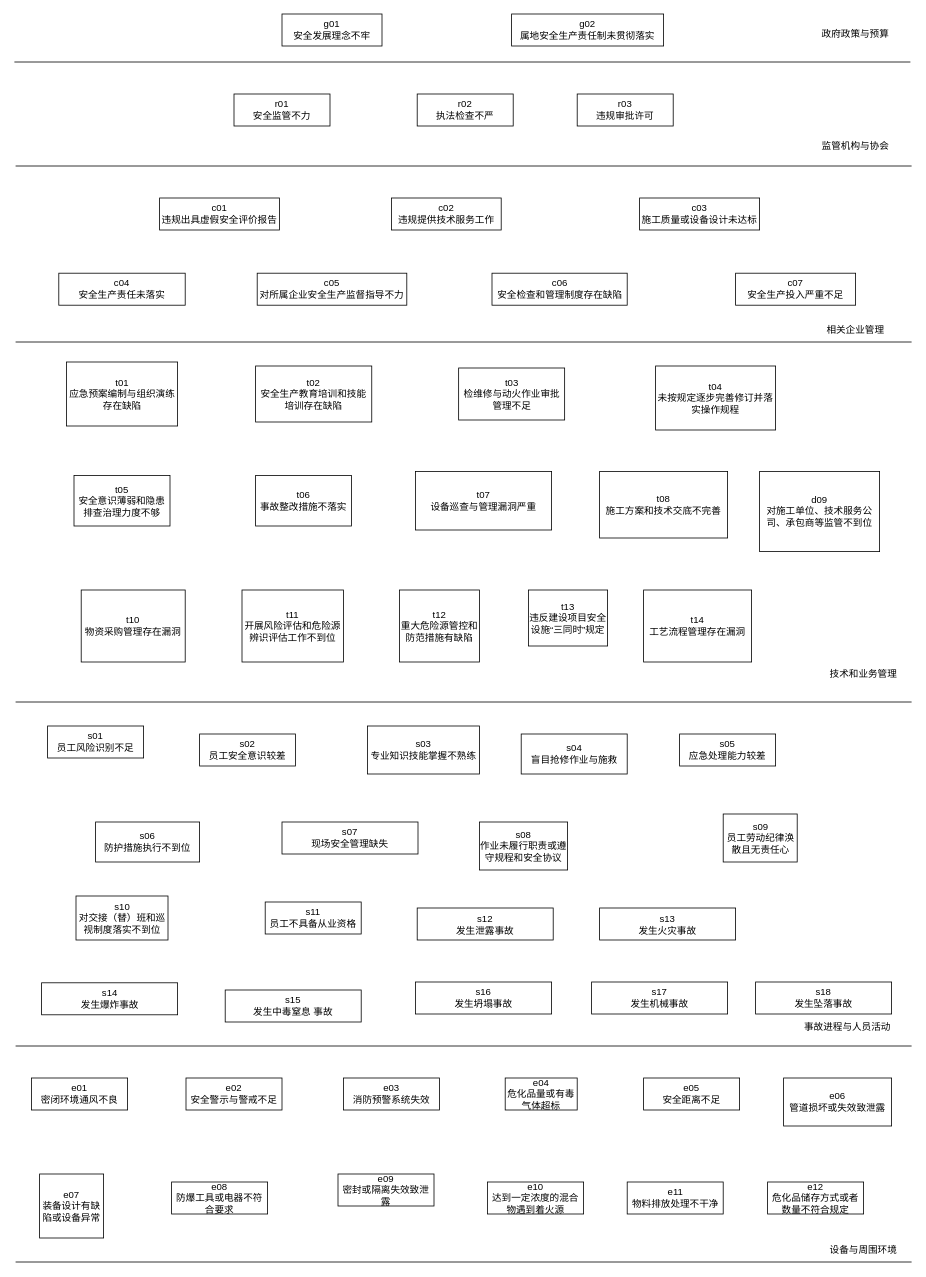
Above: 未命名绘图.drawio in fangjiarong/docs (draw.io), before the change. Source tidied: cells renumbered, new cells numbered last; positions are measured from the earlier drawing's top-left corner, leaving out a move shared by most shapes. Both pictures are drawn from the tidied source at 80%, with x=0, y=0 at pixel (14, 14).
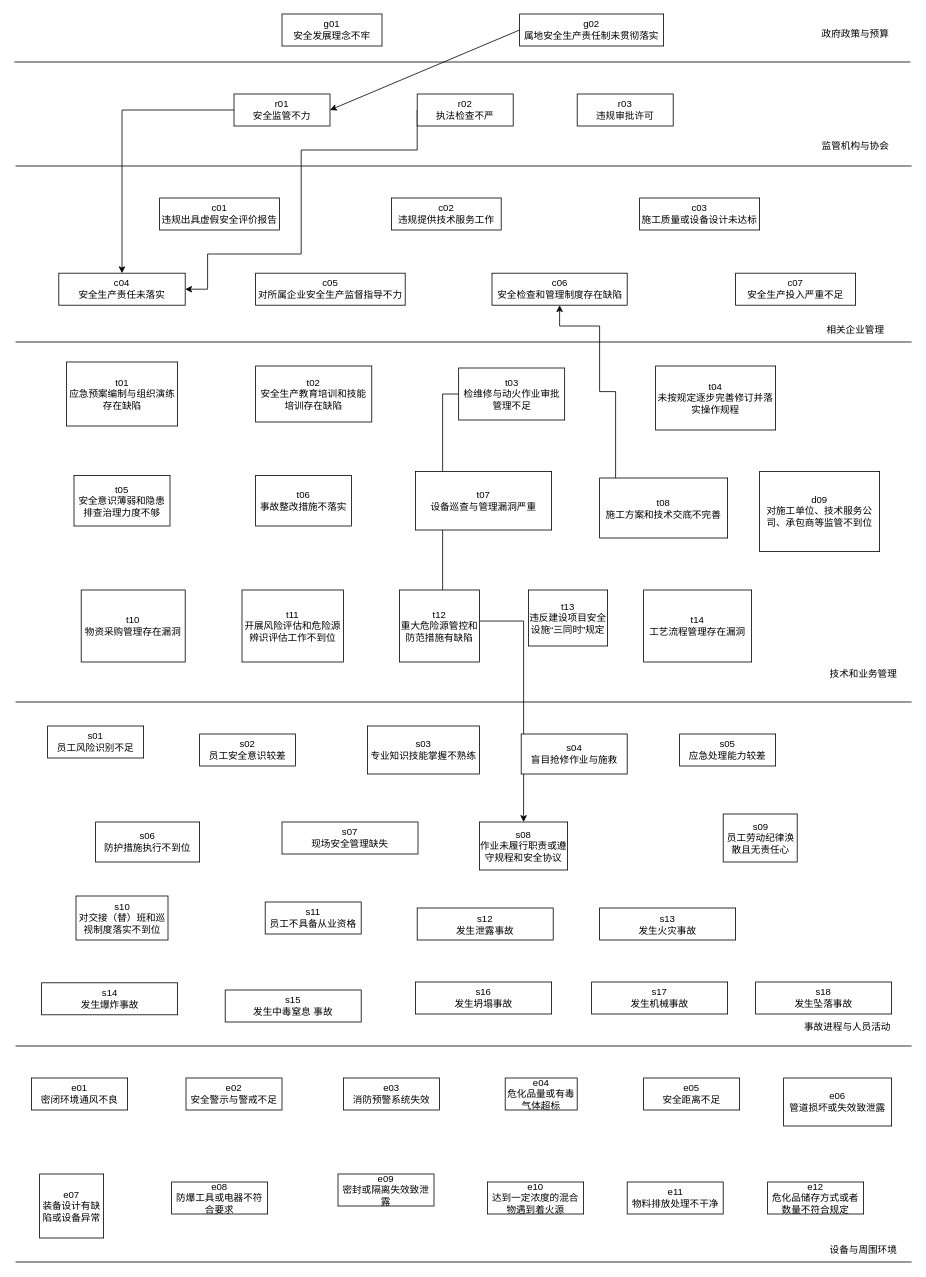
Above is the later version.

Commit message (it also covers changes not shown here):
更新未命名绘图.drawio

The change refers to these unchanged cells:
```xml
<mxCell id="10" value="r01&lt;br&gt;安全监管不力" style="rounded=0;whiteSpace=wrap;html=1;" parent="1" vertex="1">
  <mxGeometry x="275" y="100" width="120" height="40" as="geometry" />
</mxCell>
<mxCell id="11" value="r02&lt;br&gt;执法检查不严" style="rounded=0;whiteSpace=wrap;html=1;" parent="1" vertex="1">
  <mxGeometry x="504" y="100" width="120" height="40" as="geometry" />
</mxCell>
<mxCell id="14" value="c04&lt;br&gt;安全生产责任未落实" style="rounded=0;whiteSpace=wrap;html=1;" parent="1" vertex="1">
  <mxGeometry x="56" y="324" width="158" height="40" as="geometry" />
</mxCell>
<mxCell id="17" value="t03&lt;br&gt;检维修与动火作业审批管理不足" style="rounded=0;whiteSpace=wrap;html=1;" parent="1" vertex="1">
  <mxGeometry x="555.8" y="442.5" width="132.5" height="65" as="geometry" />
</mxCell>
<mxCell id="25" value="s08&lt;br&gt;作业未履行职责或遵守规程和安全协议" style="rounded=0;whiteSpace=wrap;html=1;" parent="1" vertex="1">
  <mxGeometry x="582" y="1010" width="110" height="60" as="geometry" />
</mxCell>
<mxCell id="34" value="c06&lt;br&gt;安全检查和管理制度存在缺陷" style="rounded=0;whiteSpace=wrap;html=1;" parent="1" vertex="1">
  <mxGeometry x="597.5" y="324" width="169" height="40" as="geometry" />
</mxCell>
```

The edit, as a diff of the source:
```diff
@@
+    <mxCell id="70" style="edgeStyle=orthogonalEdgeStyle;rounded=0;jettySize=auto;html=1;exitX=0;exitY=0.5;exitDx=0;exitDy=0;entryX=0.5;entryY=0;entryDx=0;entryDy=0;" parent="1" edge="1" source="10" target="14">
+      <mxGeometry relative="1" as="geometry" />
+    </mxCell>
@@
+    <mxCell id="71" style="edgeStyle=orthogonalEdgeStyle;rounded=0;jettySize=auto;html=1;exitX=0;exitY=0.5;exitDx=0;exitDy=0;entryX=1;entryY=0.5;entryDx=0;entryDy=0;" parent="1" edge="1" source="11" target="14">
+      <mxGeometry relative="1" as="geometry">
+        <Array as="points">
+          <mxPoint x="504" y="170" />
+          <mxPoint x="359" y="170" />
+          <mxPoint x="359" y="300" />
+          <mxPoint x="242" y="300" />
+          <mxPoint x="242" y="344" />
+        </Array>
+      </mxGeometry>
+    </mxCell>
@@
+    <mxCell id="72" style="edgeStyle=orthogonalEdgeStyle;rounded=0;jettySize=auto;html=1;exitX=0;exitY=0.5;exitDx=0;exitDy=0;entryX=0.5;entryY=0;entryDx=0;entryDy=0;" parent="1" edge="1" source="17" target="25">
+      <mxGeometry relative="1" as="geometry" />
+    </mxCell>
@@
+    <mxCell id="73" style="edgeStyle=orthogonalEdgeStyle;rounded=0;jettySize=auto;html=1;entryX=0.5;entryY=1;entryDx=0;entryDy=0;" parent="1" edge="1" source="20" target="34">
+      <mxGeometry relative="1" as="geometry">
+        <Array as="points">
+          <mxPoint x="752" y="472" />
+          <mxPoint x="732" y="472" />
+          <mxPoint x="732" y="390" />
+          <mxPoint x="682" y="390" />
+        </Array>
+      </mxGeometry>
+    </mxCell>
     <mxCell id="20" value="t08&lt;br&gt;施工方案和技术交底不完善" style="rounded=0;whiteSpace=wrap;html=1;" parent="1" vertex="1">
-      <mxGeometry x="732" y="572" width="160" height="83" as="geometry" />
+      <mxGeometry x="732" y="580" width="160" height="75" as="geometry" />
     </mxCell>
@@
     <mxCell id="33" value="c05&lt;br&gt;对所属企业安全生产监督指导不力" style="rounded=0;whiteSpace=wrap;html=1;" parent="1" vertex="1">
-      <mxGeometry x="304" y="324" width="187" height="40" as="geometry" />
+      <mxGeometry x="302" y="324" width="187" height="40" as="geometry" />
     </mxCell>
@@
     <mxCell id="39" value="g02&lt;br&gt;属地安全生产责任制未贯彻落实" style="rounded=0;whiteSpace=wrap;html=1;" parent="1" vertex="1">
-      <mxGeometry x="622" width="190" height="40" as="geometry" />
+      <mxGeometry x="632" width="180" height="40" as="geometry" />
     </mxCell>
@@
+    <mxCell id="74" style="endArrow=classic;html=1;rounded=0;exitX=0;exitY=0.5;exitDx=0;exitDy=0;entryX=1;entryY=0.5;entryDx=0;entryDy=0;" parent="1" edge="1" source="39" target="10">
+      <mxGeometry relative="1" as="geometry" />
+    </mxCell>
```
